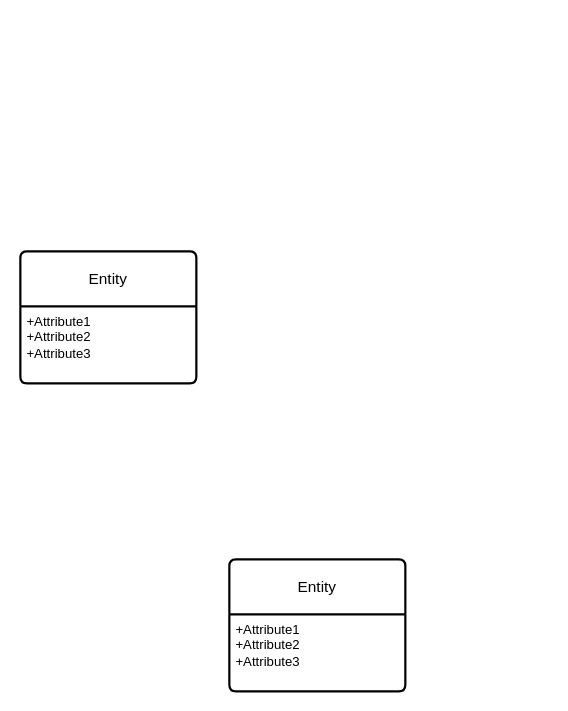
Above: TrainX.drawio in DescalzoF/TrainX (draw.io), before the change. Source tidied: cells renumbered, new cells numbered last; positions are measured from the earlier drawing's top-left corner, leaving out a move shared by most shapes. Both pictures are drawn from the tidied source at 110%, with x=0, y=0 at pixel (20, 251).
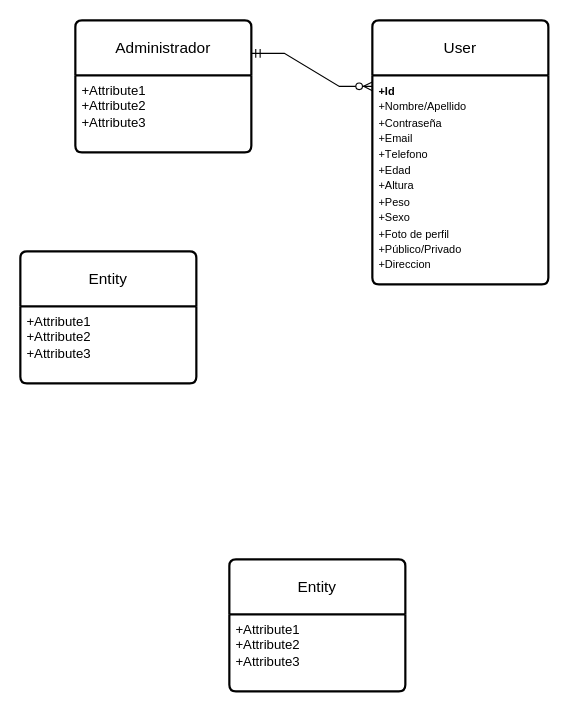
After the change.

What changed in the source:
```diff
@@
 <mxGraphModel>
   <root>
     <mxCell id="0" />
     <mxCell id="1" parent="0" />
+    <mxCell id="6" value="Administrador" style="swimlane;horizontal=1;startSize=50;rounded=1;fontSize=14;fontStyle=0;strokeWidth=2;shadow=0;dashed=0;align=center;arcSize=4;whiteSpace=wrap;html=1;" parent="1" vertex="1">
+      <mxGeometry x="50" y="-210" width="160" height="120" as="geometry" />
+    </mxCell>
+    <mxCell id="7" value="+Attribute1&#10;+Attribute2&#10;+Attribute3" style="align=left;strokeColor=none;fillColor=none;spacingLeft=4;spacingRight=4;fontSize=12;verticalAlign=top;html=1;whiteSpace=wrap;" parent="6" vertex="1">
+      <mxGeometry y="50" width="160" height="70" as="geometry" />
+    </mxCell>
     <mxCell id="2" value="Entity" style="swimlane;horizontal=1;startSize=50;rounded=1;fontSize=14;fontStyle=0;strokeWidth=2;shadow=0;dashed=0;align=center;arcSize=4;whiteSpace=wrap;html=1;" parent="1" vertex="1">
       <mxGeometry x="190" y="280" width="160" height="120" as="geometry" />
     </mxCell>
     <mxCell id="3" value="+Attribute1&#10;+Attribute2&#10;+Attribute3" style="align=left;strokeColor=none;fillColor=none;spacingLeft=4;spacingRight=4;fontSize=12;verticalAlign=top;html=1;whiteSpace=wrap;" parent="2" vertex="1">
       <mxGeometry y="50" width="160" height="70" as="geometry" />
     </mxCell>
+    <mxCell id="8" value="User" style="swimlane;horizontal=1;startSize=50;rounded=1;fontSize=14;fontStyle=0;strokeWidth=2;shadow=0;dashed=0;align=center;arcSize=4;whiteSpace=wrap;html=1;" parent="1" vertex="1">
+      <mxGeometry x="320" y="-210" width="160" height="240" as="geometry" />
+    </mxCell>
+    <mxCell id="9" value="&lt;div&gt;&lt;span style=&quot;font-family: Arial, sans-serif; font-size: 10px; white-space-collapse: preserve;&quot;&gt;&lt;b&gt;+Id&lt;/b&gt;&lt;/span&gt;&lt;/div&gt;&lt;font style=&quot;font-size: 10px;&quot;&gt;+&lt;span id=&quot;docs-internal-guid-080f4050-7fff-7165-0a26-d0c95ce411ea&quot;&gt;&lt;span style=&quot;background-color: transparent; white-space-collapse: preserve; font-family: Arial, sans-serif; color: light-dark(rgb(0, 0, 0), rgb(255, 255, 255));&quot;&gt;&lt;font style=&quot;&quot;&gt;Nombre/Apellido&lt;/font&gt;&lt;/span&gt;&lt;/span&gt;&lt;/font&gt;&lt;div&gt;&lt;div&gt;&lt;font style=&quot;font-size: 10px;&quot;&gt;&lt;span&gt;&lt;span style=&quot;background-color: transparent; white-space-collapse: preserve; font-family: Arial, sans-serif; color: light-dark(rgb(0, 0, 0), rgb(255, 255, 255));&quot;&gt;+Contraseña&lt;/span&gt;&lt;/span&gt;&lt;/font&gt;&lt;/div&gt;&lt;div&gt;&lt;font style=&quot;font-size: 10px;&quot;&gt;&lt;span style=&quot;background-color: transparent; white-space-collapse: preserve; font-family: Arial, sans-serif; color: light-dark(rgb(0, 0, 0), rgb(255, 255, 255));&quot;&gt;+Email&lt;/span&gt;&lt;/font&gt;&lt;/div&gt;&lt;div&gt;&lt;font style=&quot;font-size: 10px;&quot;&gt;&lt;span style=&quot;background-color: transparent; color: light-dark(rgb(0, 0, 0), rgb(255, 255, 255));&quot;&gt;+T&lt;/span&gt;&lt;span style=&quot;background-color: transparent; white-space-collapse: preserve; font-family: Arial, sans-serif; color: light-dark(rgb(0, 0, 0), rgb(255, 255, 255));&quot;&gt;elefono&lt;/span&gt;&lt;/font&gt;&lt;/div&gt;&lt;div&gt;&lt;font style=&quot;font-size: 10px;&quot;&gt;&lt;span style=&quot;background-color: transparent; white-space-collapse: preserve; font-family: Arial, sans-serif; color: light-dark(rgb(0, 0, 0), rgb(255, 255, 255));&quot;&gt;+Edad&lt;/span&gt;&lt;/font&gt;&lt;/div&gt;&lt;div&gt;&lt;font style=&quot;font-size: 10px;&quot;&gt;&lt;span style=&quot;background-color: transparent; white-space-collapse: preserve; font-family: Arial, sans-serif; color: light-dark(rgb(0, 0, 0), rgb(255, 255, 255));&quot;&gt;+Altura&lt;/span&gt;&lt;/font&gt;&lt;/div&gt;&lt;div&gt;&lt;font style=&quot;font-size: 10px;&quot;&gt;&lt;span style=&quot;background-color: transparent; white-space-collapse: preserve; font-family: Arial, sans-serif; color: light-dark(rgb(0, 0, 0), rgb(255, 255, 255));&quot;&gt;+Peso&lt;/span&gt;&lt;/font&gt;&lt;/div&gt;&lt;div&gt;&lt;font style=&quot;font-size: 10px;&quot;&gt;&lt;span style=&quot;background-color: transparent; white-space-collapse: preserve; font-family: Arial, sans-serif; color: light-dark(rgb(0, 0, 0), rgb(255, 255, 255));&quot;&gt;+Sexo&lt;/span&gt;&lt;/font&gt;&lt;/div&gt;&lt;div&gt;&lt;font style=&quot;font-size: 10px;&quot;&gt;&lt;span style=&quot;background-color: transparent; white-space-collapse: preserve; font-family: Arial, sans-serif; color: light-dark(rgb(0, 0, 0), rgb(255, 255, 255));&quot;&gt;+Foto de perfil&lt;/span&gt;&lt;/font&gt;&lt;/div&gt;&lt;div&gt;&lt;font style=&quot;font-size: 10px;&quot;&gt;&lt;span style=&quot;background-color: transparent; white-space-collapse: preserve; font-family: Arial, sans-serif; color: light-dark(rgb(0, 0, 0), rgb(255, 255, 255));&quot;&gt;+Público/Privado&lt;/span&gt;&lt;/font&gt;&lt;/div&gt;&lt;div&gt;&lt;font style=&quot;font-size: 10px;&quot;&gt;&lt;span style=&quot;background-color: transparent; white-space-collapse: preserve; font-family: Arial, sans-serif; color: light-dark(rgb(0, 0, 0), rgb(255, 255, 255));&quot;&gt;+Direccion&lt;/span&gt;&lt;br&gt;&lt;/font&gt;&lt;/div&gt;&lt;/div&gt;" style="align=left;strokeColor=none;fillColor=none;spacingLeft=4;spacingRight=4;fontSize=12;verticalAlign=top;html=1;whiteSpace=wrap;" parent="8" vertex="1">
+      <mxGeometry y="50" width="160" height="190" as="geometry" />
+    </mxCell>
+    <mxCell id="10" style="edgeStyle=orthogonalEdgeStyle;rounded=0;orthogonalLoop=1;jettySize=auto;html=1;exitX=0.5;exitY=1;exitDx=0;exitDy=0;" parent="8" edge="1" source="9" target="9">
+      <mxGeometry relative="1" as="geometry" />
+    </mxCell>
+    <mxCell id="11" style="edgeStyle=orthogonalEdgeStyle;rounded=0;orthogonalLoop=1;jettySize=auto;html=1;exitX=0.5;exitY=1;exitDx=0;exitDy=0;" parent="8" edge="1" source="9" target="9">
+      <mxGeometry relative="1" as="geometry" />
+    </mxCell>
     <mxCell id="4" value="Entity" style="swimlane;horizontal=1;startSize=50;rounded=1;fontSize=14;fontStyle=0;strokeWidth=2;shadow=0;dashed=0;align=center;arcSize=4;whiteSpace=wrap;html=1;" parent="1" vertex="1">
       <mxGeometry width="160" height="120" as="geometry" />
     </mxCell>
     <mxCell id="5" value="+Attribute1&#10;+Attribute2&#10;+Attribute3" style="align=left;strokeColor=none;fillColor=none;spacingLeft=4;spacingRight=4;fontSize=12;verticalAlign=top;html=1;whiteSpace=wrap;" parent="4" vertex="1">
       <mxGeometry y="50" width="160" height="70" as="geometry" />
     </mxCell>
+    <mxCell id="12" style="edgeStyle=entityRelationEdgeStyle;fontSize=12;html=1;endArrow=ERzeroToMany;startArrow=ERmandOne;rounded=0;exitX=1;exitY=0.25;exitDx=0;exitDy=0;entryX=0;entryY=0.25;entryDx=0;entryDy=0;" parent="1" edge="1" source="6" target="8">
+      <mxGeometry relative="1" as="geometry" />
+    </mxCell>
   </root>
 </mxGraphModel>
```
